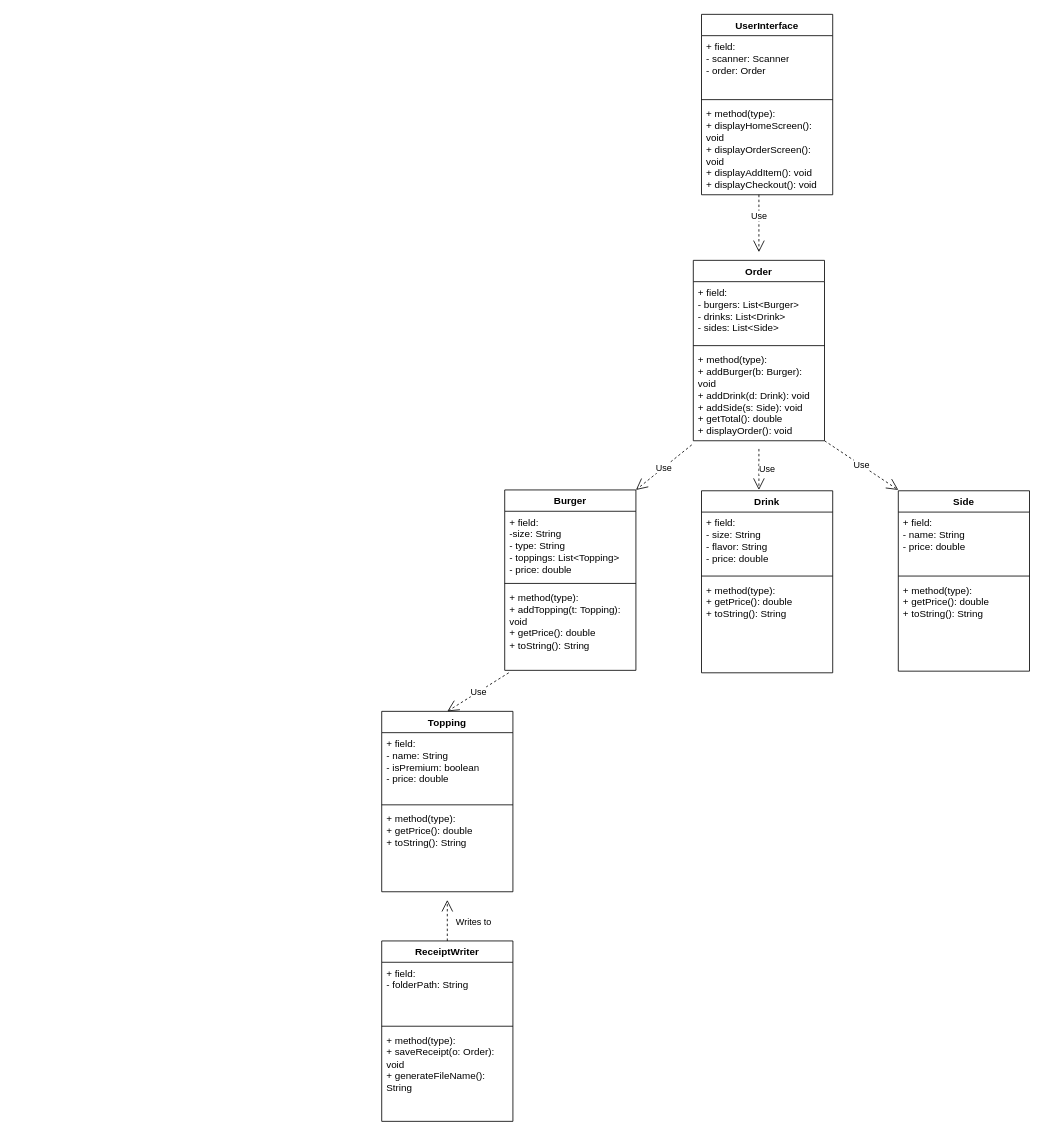
The draw.io diagram TheJaliscoGrillByLosDiaz_ClassDiagram.drawio in alexanderadolfodiaz017-oss/CustomFoodShopCapstone, before the edit. Source tidied: cells renumbered, new cells numbered last; positions are measured from the earlier drawing's top-left corner, leaving out a move shared by most shapes. Both pictures are drawn from the tidied source at 82%, with x=0, y=0 at pixel (381, 14).
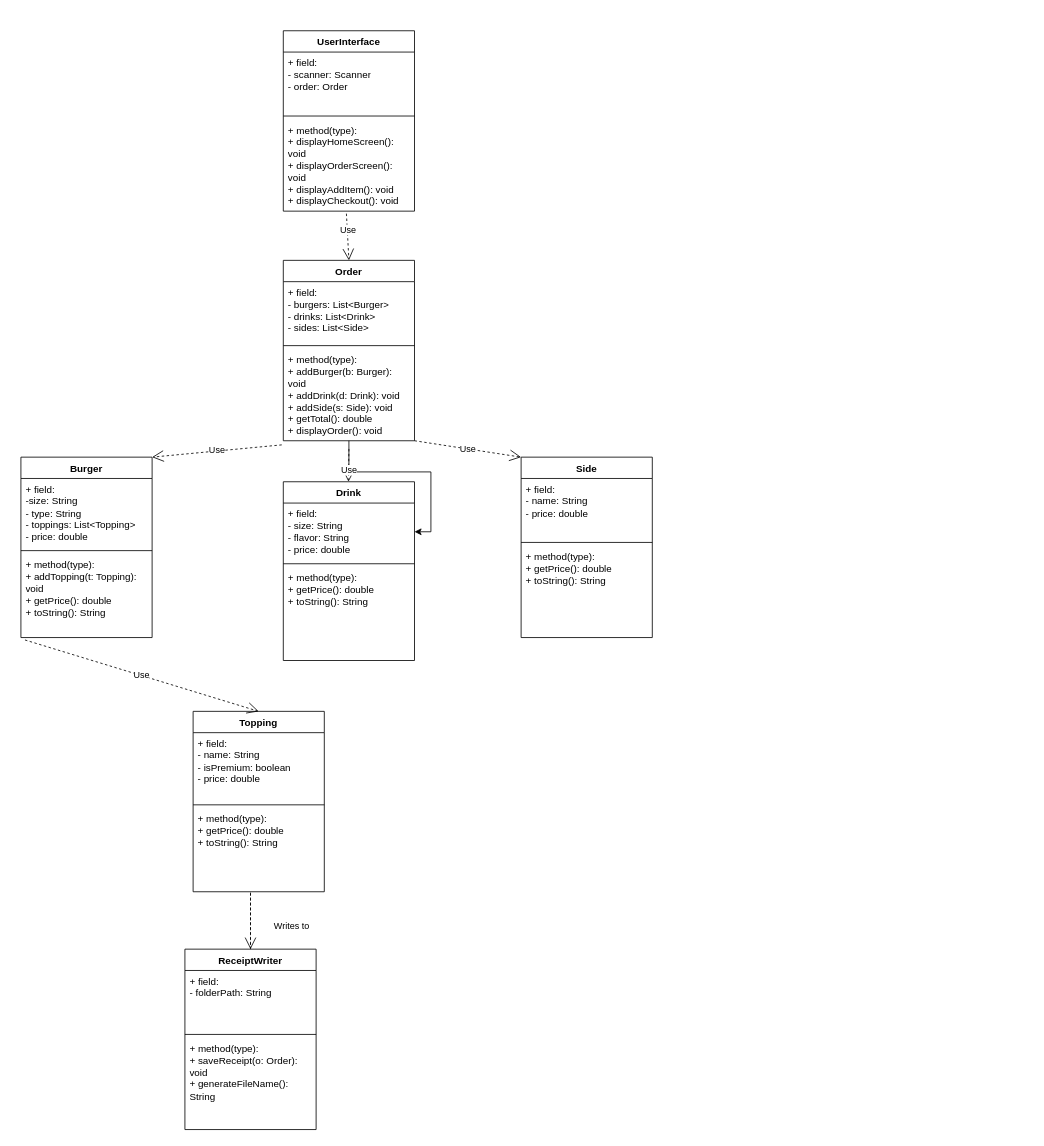
After the change.

The change refers to these unchanged cells:
```xml
<mxCell id="13" value="+ method(type):&amp;nbsp;&lt;div&gt;&lt;div&gt;+ displayHomeScreen(): void&lt;/div&gt;&lt;div&gt;+ displayOrderScreen(): void&lt;/div&gt;&lt;div&gt;+ displayAddItem(): void&lt;/div&gt;&lt;div&gt;+ displayCheckout(): void&lt;/div&gt;&lt;/div&gt;" style="text;strokeColor=none;fillColor=none;align=left;verticalAlign=top;spacingLeft=4;spacingRight=4;overflow=hidden;points=[[0,0.5],[1,0.5]];portConstraint=eastwest;whiteSpace=wrap;html=1;" parent="10" vertex="1">
  <mxGeometry y="108" width="160" height="112" as="geometry" />
</mxCell>
```

The edit, as a diff of the source:
```diff
@@
     <mxCell id="2" value="Topping" style="swimlane;fontStyle=1;align=center;verticalAlign=top;horizontal=1;startSize=26;whiteSpace=wrap;html=1;" parent="1" vertex="1">
-      <mxGeometry y="850" width="160" height="220" as="geometry" />
+      <mxGeometry x="-230" y="850" width="160" height="220" as="geometry" />
     </mxCell>
@@
     <mxCell id="6" value="Drink" style="swimlane;fontStyle=1;align=center;verticalAlign=top;horizontal=1;startSize=26;whiteSpace=wrap;html=1;" parent="1" vertex="1">
-      <mxGeometry x="390" y="581" width="160" height="222" as="geometry" />
+      <mxGeometry x="-120" y="570" width="160" height="218" as="geometry" />
     </mxCell>
     <mxCell id="7" value="+ field:&amp;nbsp;&lt;div&gt;&lt;div&gt;- size: String&lt;/div&gt;&lt;div&gt;- flavor: String&lt;/div&gt;&lt;div&gt;- price: double&lt;/div&gt;&lt;/div&gt;" style="text;strokeColor=none;fillColor=none;align=left;verticalAlign=top;spacingLeft=4;spacingRight=4;overflow=hidden;points=[[0,0.5],[1,0.5]];portConstraint=eastwest;whiteSpace=wrap;html=1;" parent="6" vertex="1">
-      <mxGeometry y="26" width="160" height="74" as="geometry" />
+      <mxGeometry y="26" width="160" height="70" as="geometry" />
     </mxCell>
     <mxCell id="8" style="line;strokeWidth=1;fillColor=none;align=left;verticalAlign=middle;spacingTop=-1;spacingLeft=3;spacingRight=3;labelPosition=right;strokeColor=inherit;" parent="6" vertex="1">
-      <mxGeometry y="100" width="160" height="8" as="geometry" />
+      <mxGeometry y="96" width="160" height="8" as="geometry" />
     </mxCell>
     <mxCell id="9" value="+ method(type):&amp;nbsp;&lt;div&gt;&lt;div&gt;+ getPrice(): double&lt;/div&gt;&lt;div&gt;+ toString(): String&lt;/div&gt;&lt;/div&gt;" style="text;strokeColor=none;fillColor=none;align=left;verticalAlign=top;spacingLeft=4;spacingRight=4;overflow=hidden;whiteSpace=wrap;html=1;" parent="6" vertex="1">
-      <mxGeometry y="108" width="160" height="114" as="geometry" />
+      <mxGeometry y="104" width="160" height="114" as="geometry" />
     </mxCell>
     <mxCell id="10" value="UserInterface" style="swimlane;fontStyle=1;align=center;verticalAlign=top;horizontal=1;startSize=26;whiteSpace=wrap;html=1;" parent="1" vertex="1">
-      <mxGeometry x="390" width="160" height="220" as="geometry" />
+      <mxGeometry x="-120" y="20" width="160" height="220" as="geometry" />
     </mxCell>
@@
     <mxCell id="14" value="ReceiptWriter" style="swimlane;fontStyle=1;align=center;verticalAlign=top;horizontal=1;startSize=26;whiteSpace=wrap;html=1;" parent="1" vertex="1">
-      <mxGeometry y="1130" width="160" height="220" as="geometry" />
+      <mxGeometry x="-240" y="1140" width="160" height="220" as="geometry" />
     </mxCell>
@@
+    <mxCell id="36" style="edgeStyle=orthogonalEdgeStyle;rounded=0;jettySize=auto;html=1;" parent="1" edge="1" source="18" target="7">
+      <mxGeometry relative="1" as="geometry" />
+    </mxCell>
     <mxCell id="18" value="Order" style="swimlane;fontStyle=1;align=center;verticalAlign=top;horizontal=1;startSize=26;whiteSpace=wrap;html=1;" parent="1" vertex="1">
-      <mxGeometry x="380" y="300" width="160" height="220" as="geometry" />
+      <mxGeometry x="-120" y="300" width="160" height="220" as="geometry" />
     </mxCell>
@@
     <mxCell id="22" value="Burger" style="swimlane;fontStyle=1;align=center;verticalAlign=top;horizontal=1;startSize=26;whiteSpace=wrap;html=1;" parent="1" vertex="1">
-      <mxGeometry x="150" y="580" width="160" height="220" as="geometry" />
+      <mxGeometry x="-440" y="540" width="160" height="220" as="geometry" />
     </mxCell>
@@
     <mxCell id="26" value="Side" style="swimlane;fontStyle=1;align=center;verticalAlign=top;horizontal=1;startSize=26;whiteSpace=wrap;html=1;" parent="1" vertex="1">
-      <mxGeometry x="630" y="581" width="160" height="220" as="geometry" />
+      <mxGeometry x="170" y="540" width="160" height="220" as="geometry" />
     </mxCell>
@@
-    <mxCell id="30" value="Use" style="endArrow=open;endSize=12;dashed=1;html=1;rounded=0;verticalAlign=bottom;" parent="1" edge="1">
-      <mxGeometry relative="1" as="geometry">
-        <mxPoint x="460" y="220" as="sourcePoint" />
-        <mxPoint x="460" y="290" as="targetPoint" />
-      </mxGeometry>
+    <mxCell id="30" value="Use" style="endArrow=open;endSize=12;dashed=1;html=1;rounded=0;verticalAlign=bottom;entryX=0.5;entryY=0;entryDx=0;entryDy=0;exitX=0.481;exitY=1.027;exitDx=0;exitDy=0;exitPerimeter=0;" parent="1" edge="1" source="13" target="18">
+      <mxGeometry relative="1" as="geometry" />
     </mxCell>
@@
     <mxCell id="32" value="Use" style="endArrow=open;endSize=12;dashed=1;html=1;rounded=0;" parent="1" edge="1">
-      <mxGeometry y="10" relative="1" as="geometry">
-        <mxPoint x="460" y="530" as="sourcePoint" />
-        <mxPoint x="460" y="580" as="targetPoint" />
+      <mxGeometry x="0.3" relative="1" as="geometry">
+        <mxPoint x="-40" y="530" as="sourcePoint" />
+        <mxPoint x="-40.5" y="570" as="targetPoint" />
       </mxGeometry>
     </mxCell>
-    <mxCell id="33" value="Use" style="endArrow=open;endSize=12;dashed=1;html=1;rounded=0;" parent="1" edge="1">
+    <mxCell id="33" value="Use" style="endArrow=open;endSize=12;dashed=1;html=1;rounded=0;entryX=0;entryY=0;entryDx=0;entryDy=0;" parent="1" edge="1" target="26">
       <mxGeometry relative="1" as="geometry">
-        <mxPoint x="540" y="520" as="sourcePoint" />
-        <mxPoint x="630" y="580" as="targetPoint" />
+        <mxPoint x="40" y="520" as="sourcePoint" />
       </mxGeometry>
     </mxCell>
@@
     <mxCell id="35" value="Writes to" style="endArrow=open;endSize=12;dashed=1;html=1;rounded=0;exitX=0.5;exitY=0;exitDx=0;exitDy=0;" parent="1" edge="1" source="14">
-      <mxGeometry x="-0.09" y="-32" relative="1" as="geometry">
-        <mxPoint x="80" y="1080" as="targetPoint" />
+      <mxGeometry x="-0.6" y="-50" relative="1" as="geometry">
+        <mxPoint x="-160" y="1140" as="targetPoint" />
+        <Array as="points">
+          <mxPoint x="-160" y="1070" />
+        </Array>
       </mxGeometry>
     </mxCell>
```
